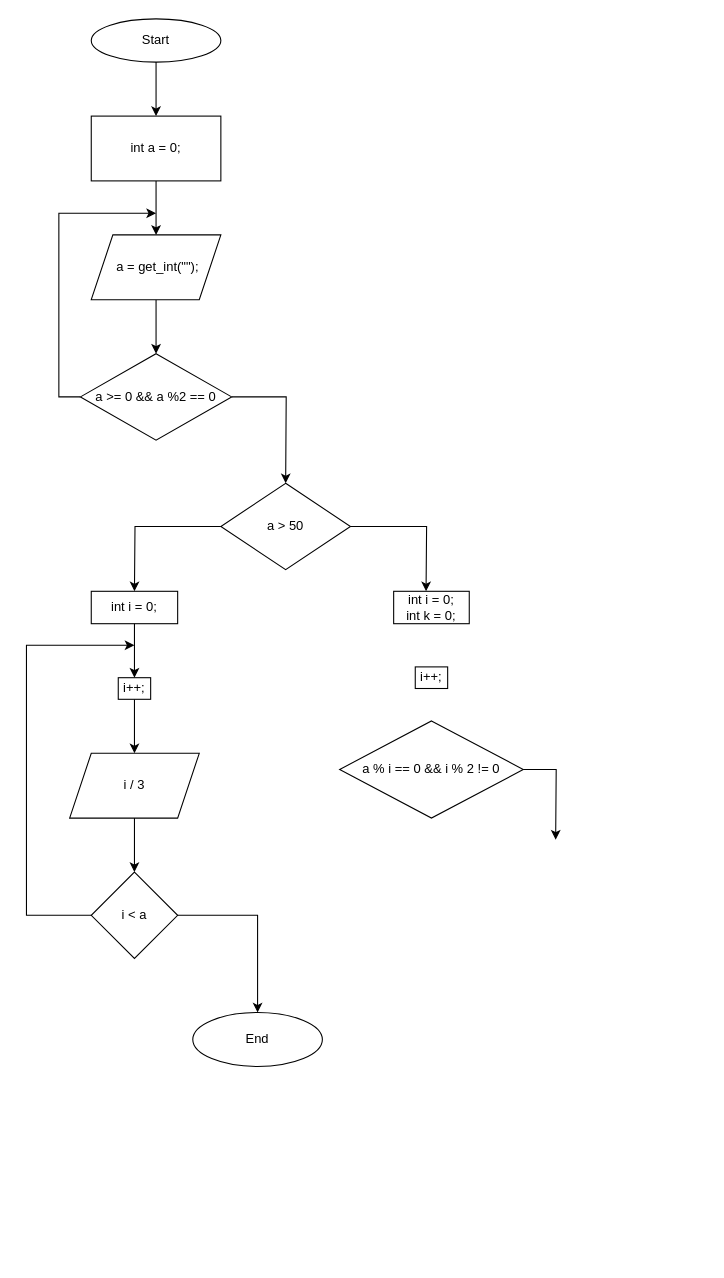
Earlier version of the draw.io diagram Untitled Diagram.drawio (ArtemYo8283/test). Source tidied: cells renumbered, new cells numbered last; positions are measured from the earlier drawing's top-left corner, leaving out a move shared by most shapes. Both pictures are drawn from the tidied source at 108%, with x=0, y=0 at pixel (26, 18).
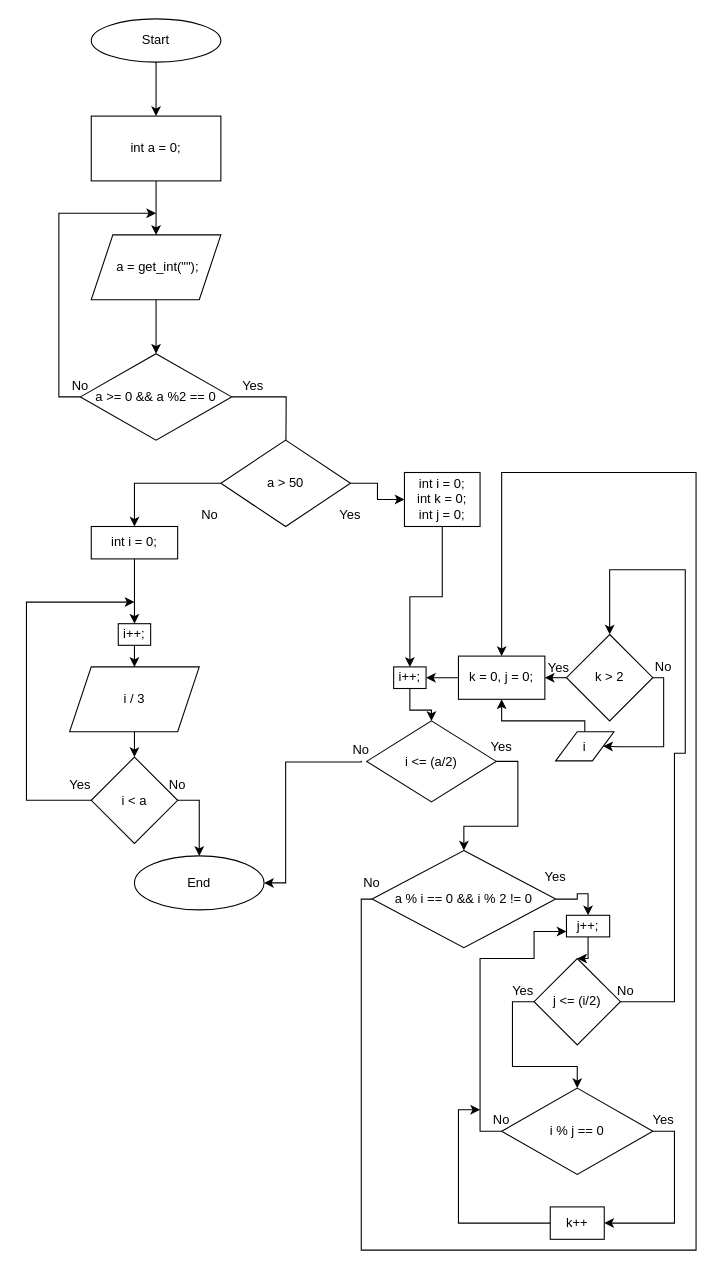
The same page after the edit.

Change to the diagram source:
```diff
@@
-    <mxCell id="9" style="edgeStyle=orthogonalEdgeStyle;rounded=0;jettySize=auto;html=1;" parent="1" edge="1" source="11">
-      <mxGeometry relative="1" as="geometry">
-        <mxPoint x="370" y="530" as="targetPoint" />
-      </mxGeometry>
-    </mxCell>
     <mxCell id="10" style="edgeStyle=orthogonalEdgeStyle;rounded=0;jettySize=auto;html=1;" parent="1" edge="1" source="11">
       <mxGeometry relative="1" as="geometry">
-        <mxPoint x="100" y="530" as="targetPoint" />
+        <mxPoint x="100" y="470" as="targetPoint" />
+        <Array as="points">
+          <mxPoint x="100" y="430" />
+        </Array>
       </mxGeometry>
     </mxCell>
     <mxCell id="11" value="a &amp;gt; 50" style="rhombus;whiteSpace=wrap;html=1;" parent="1" vertex="1">
-      <mxGeometry x="180" y="430" width="120" height="80" as="geometry" />
+      <mxGeometry x="180" y="390" width="120" height="80" as="geometry" />
     </mxCell>
     <mxCell id="12" value="End" style="ellipse;whiteSpace=wrap;html=1;" parent="1" vertex="1">
-      <mxGeometry x="154" y="920" width="120" height="50" as="geometry" />
+      <mxGeometry x="100" y="775" width="120" height="50" as="geometry" />
     </mxCell>
@@
     <mxCell id="16" value="int i = 0;" style="rounded=0;whiteSpace=wrap;html=1;" parent="1" vertex="1">
-      <mxGeometry x="60" y="530" width="80" height="30" as="geometry" />
+      <mxGeometry x="60" y="470" width="80" height="30" as="geometry" />
     </mxCell>
     <mxCell id="17" style="edgeStyle=orthogonalEdgeStyle;rounded=0;jettySize=auto;html=1;exitX=0;exitY=0.5;exitDx=0;exitDy=0;" parent="1" edge="1" source="19">
       <mxGeometry relative="1" as="geometry">
-        <mxPoint x="100" y="580" as="targetPoint" />
+        <mxPoint x="100" y="540" as="targetPoint" />
         <Array as="points">
-          <mxPoint y="830" />
-          <mxPoint y="580" />
+          <mxPoint y="723" />
+          <mxPoint y="540" />
         </Array>
       </mxGeometry>
     </mxCell>
@@
     <mxCell id="19" value="i &amp;lt; a" style="rhombus;whiteSpace=wrap;html=1;" parent="1" vertex="1">
-      <mxGeometry x="60" y="790" width="80" height="80" as="geometry" />
+      <mxGeometry x="60" y="683.5" width="80" height="80" as="geometry" />
     </mxCell>
@@
     <mxCell id="21" value="i / 3" style="shape=parallelogram;perimeter=parallelogramPerimeter;whiteSpace=wrap;html=1;fixedSize=1;" parent="1" vertex="1">
-      <mxGeometry x="40" y="680" width="120" height="60" as="geometry" />
+      <mxGeometry x="40" y="600" width="120" height="60" as="geometry" />
     </mxCell>
     <mxCell id="22" value="i++;" style="rounded=0;whiteSpace=wrap;html=1;" parent="1" vertex="1">
-      <mxGeometry x="85" y="610" width="30" height="20" as="geometry" />
+      <mxGeometry x="85" y="560" width="30" height="20" as="geometry" />
     </mxCell>
     <mxCell id="23" style="edgeStyle=orthogonalEdgeStyle;rounded=0;jettySize=auto;html=1;" parent="1" edge="1" source="16" target="22">
-      <mxGeometry relative="1" as="geometry" />
+      <mxGeometry relative="1" as="geometry">
+        <Array as="points">
+          <mxPoint x="100" y="520" />
+          <mxPoint x="100" y="520" />
+        </Array>
+      </mxGeometry>
     </mxCell>
+    <mxCell id="28" style="edgeStyle=orthogonalEdgeStyle;rounded=0;jettySize=auto;html=1;exitX=0.5;exitY=1;exitDx=0;exitDy=0;entryX=0.5;entryY=0;entryDx=0;entryDy=0;" parent="1" edge="1" source="24" target="27">
+      <mxGeometry relative="1" as="geometry" />
+    </mxCell>
+    <mxCell id="25" style="edgeStyle=orthogonalEdgeStyle;rounded=0;jettySize=auto;html=1;entryX=0.5;entryY=0;entryDx=0;entryDy=0;" parent="1" edge="1" source="26" target="35">
+      <mxGeometry relative="1" as="geometry" />
+    </mxCell>
+    <mxCell id="29" style="edgeStyle=orthogonalEdgeStyle;rounded=0;jettySize=auto;html=1;entryX=0.5;entryY=0;entryDx=0;entryDy=0;" parent="1" edge="1" source="26" target="48">
+      <mxGeometry relative="1" as="geometry">
+        <Array as="points">
+          <mxPoint x="310" y="815" />
+          <mxPoint x="310" y="1140" />
+          <mxPoint x="620" y="1140" />
+          <mxPoint x="620" y="420" />
+          <mxPoint x="440" y="420" />
+        </Array>
+      </mxGeometry>
+    </mxCell>
+    <mxCell id="26" value="a % i == 0 &amp;amp;&amp;amp; i % 2 != 0" style="rhombus;whiteSpace=wrap;html=1;" parent="1" vertex="1">
+      <mxGeometry x="320" y="770" width="170" height="90" as="geometry" />
+    </mxCell>
+    <mxCell id="30" style="edgeStyle=orthogonalEdgeStyle;rounded=0;jettySize=auto;html=1;" parent="1" edge="1" source="27" target="38">
+      <mxGeometry relative="1" as="geometry" />
+    </mxCell>
+    <mxCell id="27" value="i++;" style="rounded=0;whiteSpace=wrap;html=1;" parent="1" vertex="1">
+      <mxGeometry x="340" y="600" width="30" height="20" as="geometry" />
+    </mxCell>
+    <mxCell id="31" style="edgeStyle=orthogonalEdgeStyle;rounded=0;jettySize=auto;html=1;exitX=0;exitY=0.5;exitDx=0;exitDy=0;entryX=0;entryY=0.75;entryDx=0;entryDy=0;" parent="1" edge="1" source="33" target="35">
+      <mxGeometry relative="1" as="geometry">
+        <Array as="points">
+          <mxPoint x="420" y="1030" />
+          <mxPoint x="420" y="870" />
+          <mxPoint x="470" y="870" />
+          <mxPoint x="470" y="845" />
+        </Array>
+      </mxGeometry>
+    </mxCell>
+    <mxCell id="32" style="edgeStyle=orthogonalEdgeStyle;rounded=0;jettySize=auto;html=1;exitX=1;exitY=0.5;exitDx=0;exitDy=0;entryX=1;entryY=0.5;entryDx=0;entryDy=0;" parent="1" edge="1" source="33" target="43">
+      <mxGeometry relative="1" as="geometry" />
+    </mxCell>
+    <mxCell id="33" value="i % j == 0" style="rhombus;whiteSpace=wrap;html=1;" parent="1" vertex="1">
+      <mxGeometry x="440" y="990" width="140" height="80" as="geometry" />
+    </mxCell>
+    <mxCell id="34" style="edgeStyle=orthogonalEdgeStyle;rounded=0;jettySize=auto;html=1;entryX=0.5;entryY=0;entryDx=0;entryDy=0;" parent="1" edge="1" source="35" target="41">
+      <mxGeometry relative="1" as="geometry" />
+    </mxCell>
+    <mxCell id="35" value="j++;" style="rounded=0;whiteSpace=wrap;html=1;" parent="1" vertex="1">
+      <mxGeometry x="500" y="830" width="40" height="20" as="geometry" />
+    </mxCell>
+    <mxCell id="36" style="edgeStyle=orthogonalEdgeStyle;rounded=0;jettySize=auto;html=1;entryX=1;entryY=0.5;entryDx=0;entryDy=0;" parent="1" edge="1" source="63" target="12">
+      <mxGeometry relative="1" as="geometry">
+        <Array as="points">
+          <mxPoint x="310" y="688" />
+          <mxPoint x="240" y="688" />
+          <mxPoint x="240" y="800" />
+        </Array>
+      </mxGeometry>
+    </mxCell>
+    <mxCell id="37" style="edgeStyle=orthogonalEdgeStyle;rounded=0;jettySize=auto;html=1;exitX=1;exitY=0.5;exitDx=0;exitDy=0;entryX=0.5;entryY=0;entryDx=0;entryDy=0;" parent="1" edge="1" source="38" target="26">
+      <mxGeometry relative="1" as="geometry" />
+    </mxCell>
+    <mxCell id="38" value="i &amp;lt;= (a/2)" style="rhombus;whiteSpace=wrap;html=1;" parent="1" vertex="1">
+      <mxGeometry x="315" y="650" width="120" height="75" as="geometry" />
+    </mxCell>
+    <mxCell id="39" style="edgeStyle=orthogonalEdgeStyle;rounded=0;jettySize=auto;html=1;entryX=0.5;entryY=0;entryDx=0;entryDy=0;" parent="1" edge="1" source="41" target="46">
+      <mxGeometry relative="1" as="geometry">
+        <Array as="points">
+          <mxPoint x="600" y="910" />
+          <mxPoint x="600" y="680" />
+          <mxPoint x="610" y="680" />
+          <mxPoint x="610" y="510" />
+          <mxPoint x="540" y="510" />
+        </Array>
+      </mxGeometry>
+    </mxCell>
+    <mxCell id="40" style="edgeStyle=orthogonalEdgeStyle;rounded=0;jettySize=auto;html=1;exitX=0;exitY=0.5;exitDx=0;exitDy=0;entryX=0.5;entryY=0;entryDx=0;entryDy=0;" parent="1" edge="1" source="41" target="33">
+      <mxGeometry relative="1" as="geometry" />
+    </mxCell>
+    <mxCell id="41" value="j &amp;lt;= (i/2)" style="rhombus;whiteSpace=wrap;html=1;" parent="1" vertex="1">
+      <mxGeometry x="470" y="870" width="80" height="80" as="geometry" />
+    </mxCell>
+    <mxCell id="42" style="edgeStyle=orthogonalEdgeStyle;rounded=0;jettySize=auto;html=1;exitX=0;exitY=0.5;exitDx=0;exitDy=0;" parent="1" edge="1" source="43">
+      <mxGeometry relative="1" as="geometry">
+        <mxPoint x="420" y="1010" as="targetPoint" />
+        <Array as="points">
+          <mxPoint x="400" y="1115" />
+          <mxPoint x="400" y="1010" />
+        </Array>
+      </mxGeometry>
+    </mxCell>
+    <mxCell id="43" value="k++" style="rounded=0;whiteSpace=wrap;html=1;" parent="1" vertex="1">
+      <mxGeometry x="485" y="1100" width="50" height="30" as="geometry" />
+    </mxCell>
+    <mxCell id="44" style="edgeStyle=orthogonalEdgeStyle;rounded=0;jettySize=auto;html=1;entryX=1;entryY=0.5;entryDx=0;entryDy=0;" parent="1" edge="1" source="46" target="50">
+      <mxGeometry relative="1" as="geometry">
+        <Array as="points">
+          <mxPoint x="590" y="610" />
+          <mxPoint x="590" y="674" />
+          <mxPoint x="550" y="674" />
+        </Array>
+      </mxGeometry>
+    </mxCell>
+    <mxCell id="45" style="edgeStyle=orthogonalEdgeStyle;rounded=0;jettySize=auto;html=1;exitX=0;exitY=0.5;exitDx=0;exitDy=0;entryX=1;entryY=0.5;entryDx=0;entryDy=0;" parent="1" edge="1" source="46" target="48">
+      <mxGeometry relative="1" as="geometry" />
+    </mxCell>
+    <mxCell id="46" value="k &amp;gt; 2" style="rhombus;whiteSpace=wrap;html=1;" parent="1" vertex="1">
+      <mxGeometry x="500" y="570" width="80" height="80" as="geometry" />
+    </mxCell>
+    <mxCell id="47" style="edgeStyle=orthogonalEdgeStyle;rounded=0;jettySize=auto;html=1;entryX=1;entryY=0.5;entryDx=0;entryDy=0;" parent="1" edge="1" source="48" target="27">
+      <mxGeometry relative="1" as="geometry" />
+    </mxCell>
+    <mxCell id="48" value="k = 0, j = 0;" style="rounded=0;whiteSpace=wrap;html=1;" parent="1" vertex="1">
+      <mxGeometry x="400" y="590" width="80" height="40" as="geometry" />
+    </mxCell>
+    <mxCell id="49" style="edgeStyle=orthogonalEdgeStyle;rounded=0;jettySize=auto;html=1;" parent="1" edge="1" source="50" target="48">
+      <mxGeometry relative="1" as="geometry">
+        <Array as="points">
+          <mxPoint x="517" y="650" />
+          <mxPoint x="440" y="650" />
+        </Array>
+      </mxGeometry>
+    </mxCell>
+    <mxCell id="50" value="i" style="shape=parallelogram;perimeter=parallelogramPerimeter;whiteSpace=wrap;html=1;fixedSize=1;" parent="1" vertex="1">
+      <mxGeometry x="490" y="660" width="54" height="27" as="geometry" />
+    </mxCell>
+    <mxCell id="51" value="Yes" style="text;html=1;strokeColor=none;fillColor=none;align=center;verticalAlign=middle;whiteSpace=wrap;rounded=0;" parent="1" vertex="1">
+      <mxGeometry x="190" y="330" width="40" height="20" as="geometry" />
+    </mxCell>
+    <mxCell id="52" value="No" style="text;html=1;strokeColor=none;fillColor=none;align=center;verticalAlign=middle;whiteSpace=wrap;rounded=0;" parent="1" vertex="1">
+      <mxGeometry x="30" y="330" width="40" height="20" as="geometry" />
+    </mxCell>
+    <mxCell id="53" value="Yes" style="text;html=1;strokeColor=none;fillColor=none;align=center;verticalAlign=middle;whiteSpace=wrap;rounded=0;" parent="1" vertex="1">
+      <mxGeometry x="280" y="450" width="40" height="20" as="geometry" />
+    </mxCell>
+    <mxCell id="54" value="No" style="text;html=1;strokeColor=none;fillColor=none;align=center;verticalAlign=middle;whiteSpace=wrap;rounded=0;" parent="1" vertex="1">
+      <mxGeometry x="150" y="450" width="40" height="20" as="geometry" />
+    </mxCell>
+    <mxCell id="55" value="No" style="text;html=1;strokeColor=none;fillColor=none;align=center;verticalAlign=middle;whiteSpace=wrap;rounded=0;" parent="1" vertex="1">
+      <mxGeometry x="120" y="700" width="40" height="20" as="geometry" />
+    </mxCell>
+    <mxCell id="56" value="Yes" style="text;html=1;strokeColor=none;fillColor=none;align=center;verticalAlign=middle;whiteSpace=wrap;rounded=0;" parent="1" vertex="1">
+      <mxGeometry x="30" y="700" width="40" height="20" as="geometry" />
+    </mxCell>
+    <mxCell id="57" value="Yes" style="text;html=1;strokeColor=none;fillColor=none;align=center;verticalAlign=middle;whiteSpace=wrap;rounded=0;" parent="1" vertex="1">
+      <mxGeometry x="440" y="890" width="40" height="20" as="geometry" />
+    </mxCell>
+    <mxCell id="58" value="Yes" style="text;html=1;strokeColor=none;fillColor=none;align=center;verticalAlign=middle;whiteSpace=wrap;rounded=0;" parent="1" vertex="1">
+      <mxGeometry x="570" y="1010" width="40" height="20" as="geometry" />
+    </mxCell>
+    <mxCell id="59" value="Yes" style="text;html=1;strokeColor=none;fillColor=none;align=center;verticalAlign=middle;whiteSpace=wrap;rounded=0;" parent="1" vertex="1">
+      <mxGeometry x="420" y="663.5" width="40" height="20" as="geometry" />
+    </mxCell>
+    <mxCell id="60" value="Yes" style="text;html=1;strokeColor=none;fillColor=none;align=center;verticalAlign=middle;whiteSpace=wrap;rounded=0;" parent="1" vertex="1">
+      <mxGeometry x="470" y="785" width="40" height="20" as="geometry" />
+    </mxCell>
+    <mxCell id="61" value="No" style="text;html=1;strokeColor=none;fillColor=none;align=center;verticalAlign=middle;whiteSpace=wrap;rounded=0;" parent="1" vertex="1">
+      <mxGeometry x="420" y="1010" width="40" height="20" as="geometry" />
+    </mxCell>
+    <mxCell id="62" value="No" style="text;html=1;strokeColor=none;fillColor=none;align=center;verticalAlign=middle;whiteSpace=wrap;rounded=0;" parent="1" vertex="1">
+      <mxGeometry x="300" y="790" width="40" height="20" as="geometry" />
+    </mxCell>
+    <mxCell id="63" value="No" style="text;html=1;strokeColor=none;fillColor=none;align=center;verticalAlign=middle;whiteSpace=wrap;rounded=0;" parent="1" vertex="1">
+      <mxGeometry x="290" y="667" width="40" height="20" as="geometry" />
+    </mxCell>
+    <mxCell id="64" value="No" style="text;html=1;strokeColor=none;fillColor=none;align=center;verticalAlign=middle;whiteSpace=wrap;rounded=0;" parent="1" vertex="1">
+      <mxGeometry x="535" y="890" width="40" height="20" as="geometry" />
+    </mxCell>
+    <mxCell id="65" value="No" style="text;html=1;strokeColor=none;fillColor=none;align=center;verticalAlign=middle;whiteSpace=wrap;rounded=0;" parent="1" vertex="1">
+      <mxGeometry x="570" y="590" width="40" height="20" as="geometry" />
+    </mxCell>
+    <mxCell id="66" value="Yes" style="text;html=1;strokeColor=none;fillColor=none;align=center;verticalAlign=middle;whiteSpace=wrap;rounded=0;" parent="1" vertex="1">
+      <mxGeometry x="473" y="591" width="40" height="20" as="geometry" />
+    </mxCell>
-    <mxCell id="24" value="int i = 0;&lt;br&gt;int k = 0;" style="rounded=0;whiteSpace=wrap;html=1;" parent="1" vertex="1">
-      <mxGeometry x="340" y="530" width="70" height="30" as="geometry" />
+    <mxCell id="24" value="int i = 0;&lt;br&gt;int k = 0;&lt;br&gt;int j = 0;" style="rounded=0;whiteSpace=wrap;html=1;" parent="1" vertex="1">
+      <mxGeometry x="350" y="420" width="70" height="50" as="geometry" />
     </mxCell>
-    <mxCell id="25" style="edgeStyle=orthogonalEdgeStyle;rounded=0;jettySize=auto;html=1;" parent="1" edge="1" source="26">
-      <mxGeometry relative="1" as="geometry">
-        <mxPoint x="490" y="760" as="targetPoint" />
-      </mxGeometry>
-    </mxCell>
-    <mxCell id="26" value="a % i == 0 &amp;amp;&amp;amp; i % 2 != 0" style="rhombus;whiteSpace=wrap;html=1;" parent="1" vertex="1">
-      <mxGeometry x="290" y="650" width="170" height="90" as="geometry" />
-    </mxCell>
-    <mxCell id="27" value="i++;" style="rounded=0;whiteSpace=wrap;html=1;" parent="1" vertex="1">
-      <mxGeometry x="360" y="600" width="30" height="20" as="geometry" />
-    </mxCell>
+    <mxCell id="67" style="edgeStyle=orthogonalEdgeStyle;rounded=0;jettySize=auto;html=1;" parent="1" edge="1" source="11" target="24">
+      <mxGeometry relative="1" as="geometry" />
+    </mxCell>
```
